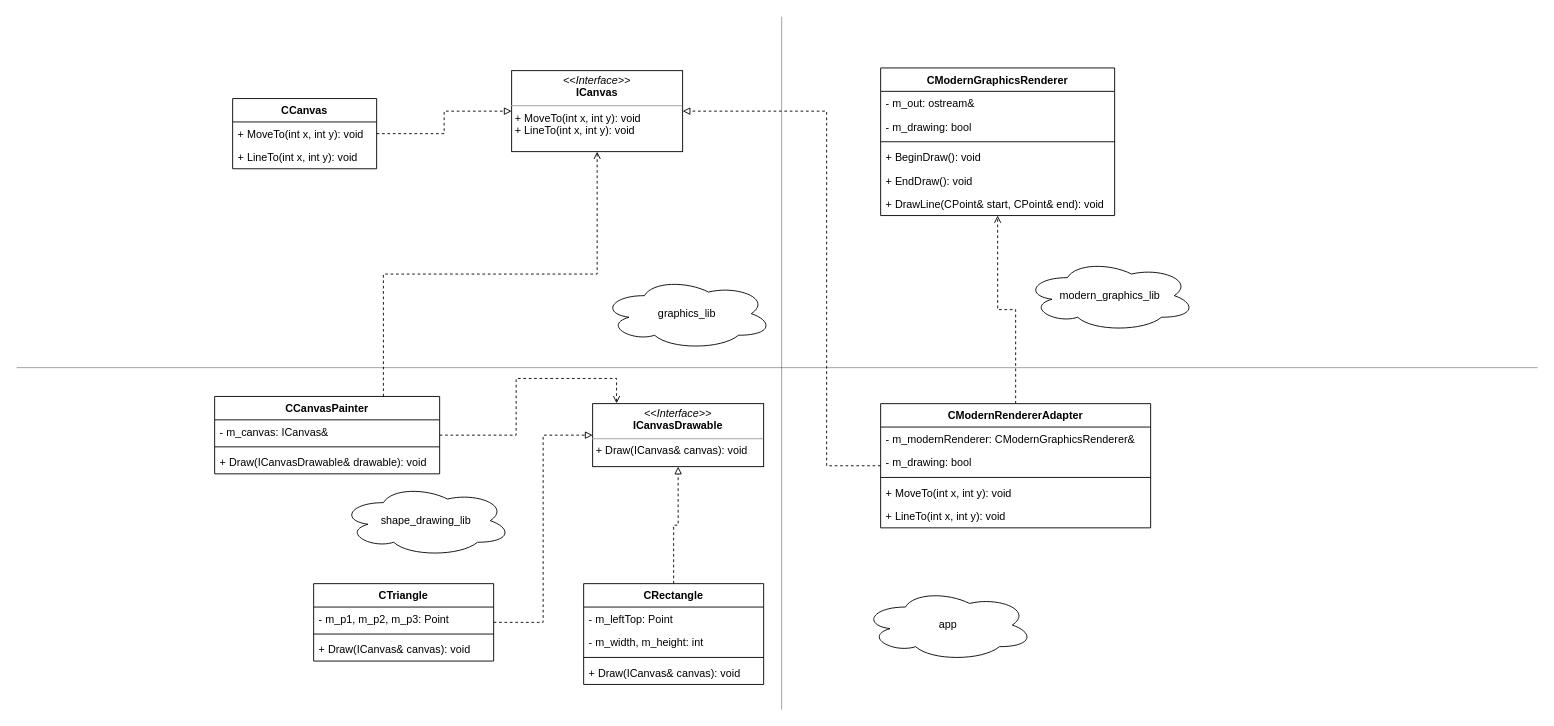
Before: lab6/uml1.drawio in AndreyIo0I/ood, a draw.io diagram. Source tidied: cells renumbered, new cells numbered last; positions are measured from the earlier drawing's top-left corner, leaving out a move shared by most shapes. Both pictures are drawn from the tidied source at 90%, with x=0, y=0 at pixel (16, 16).
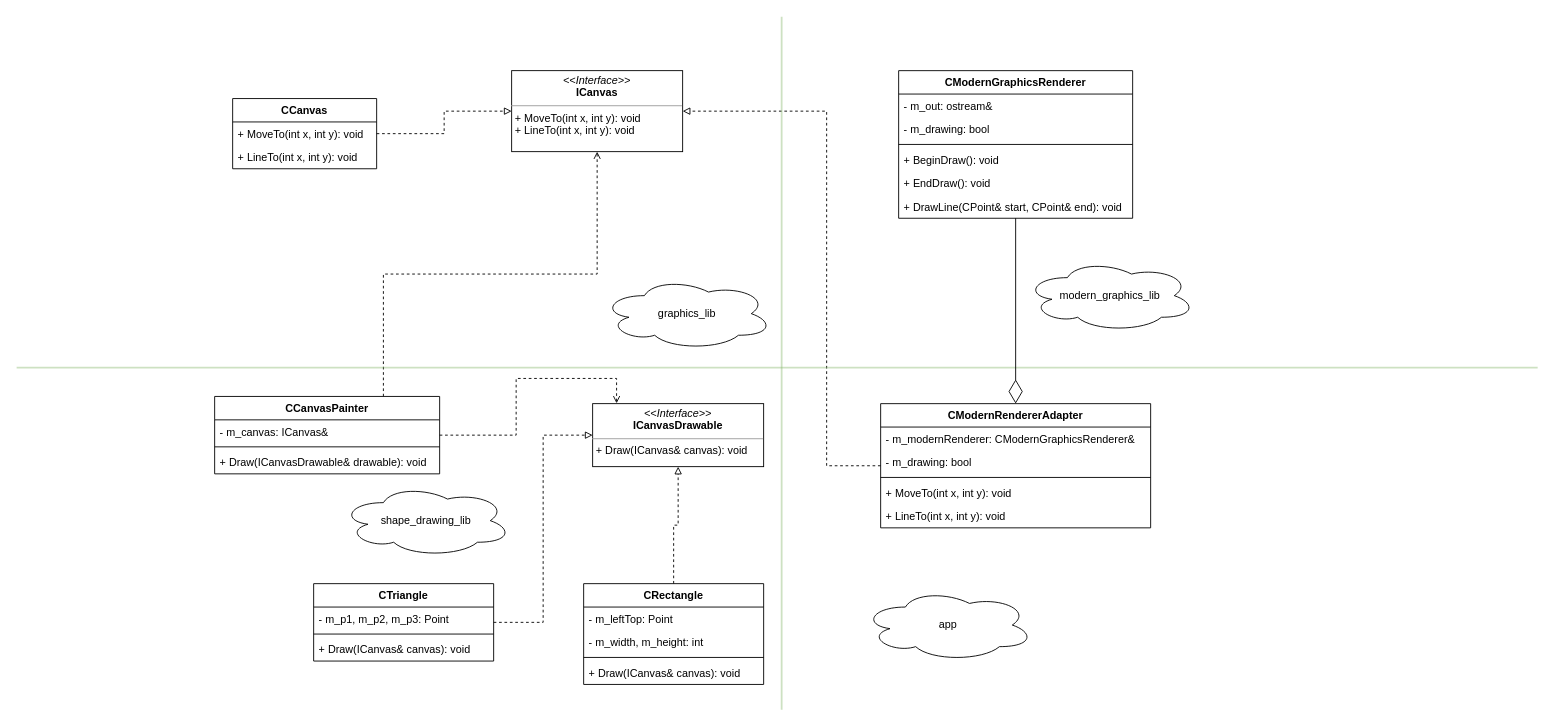
Above is the later version.

Commit message (it also covers changes not shown here):
добавил todo, поправил диаграмму

The change refers to these unchanged cells:
```xml
<mxCell id="37" value="CModernRendererAdapter" style="swimlane;fontStyle=1;align=center;verticalAlign=top;horizontal=1;startSize=26;" parent="1" vertex="1">
  <mxGeometry x="960" y="430" width="300" height="138" as="geometry" />
</mxCell>
```

What changed in the source:
```diff
@@
     <mxCell id="28" value="CModernGraphicsRenderer" style="swimlane;fontStyle=1;align=center;verticalAlign=top;horizontal=1;startSize=26;" parent="1" vertex="1">
-      <mxGeometry x="960" y="57" width="260" height="164" as="geometry" />
+      <mxGeometry x="980" y="60" width="260" height="164" as="geometry" />
     </mxCell>
@@
-    <mxCell id="35" style="edgeStyle=orthogonalEdgeStyle;rounded=0;jettySize=auto;html=1;endArrow=open;endFill=0;dashed=1;" parent="1" edge="1" source="37" target="28">
-      <mxGeometry relative="1" as="geometry" />
-    </mxCell>
@@
-    <mxCell id="44" style="endArrow=none;html=1;rounded=0;opacity=40;" parent="1" edge="1">
+    <mxCell id="44" style="endArrow=none;html=1;rounded=0;opacity=40;fillColor=#d5e8d4;strokeColor=#82b366;strokeWidth=2;" parent="1" edge="1">
       <mxGeometry relative="1" as="geometry">
         <mxPoint x="850" y="770" as="sourcePoint" />
         <mxPoint x="850" as="targetPoint" />
       </mxGeometry>
     </mxCell>
-    <mxCell id="45" style="endArrow=none;html=1;rounded=0;opacity=40;" parent="1" edge="1">
+    <mxCell id="45" style="endArrow=none;html=1;rounded=0;opacity=40;fillColor=#d5e8d4;strokeColor=#82b366;strokeWidth=2;" parent="1" edge="1">
       <mxGeometry relative="1" as="geometry">
         <mxPoint y="390" as="sourcePoint" />
         <mxPoint x="1690" y="390" as="targetPoint" />
       </mxGeometry>
     </mxCell>
+    <mxCell id="46" style="endArrow=diamondThin;endFill=0;endSize=24;html=1;rounded=0;strokeWidth=1;" parent="1" edge="1" source="28" target="37">
+      <mxGeometry relative="1" as="geometry" />
+    </mxCell>
```
